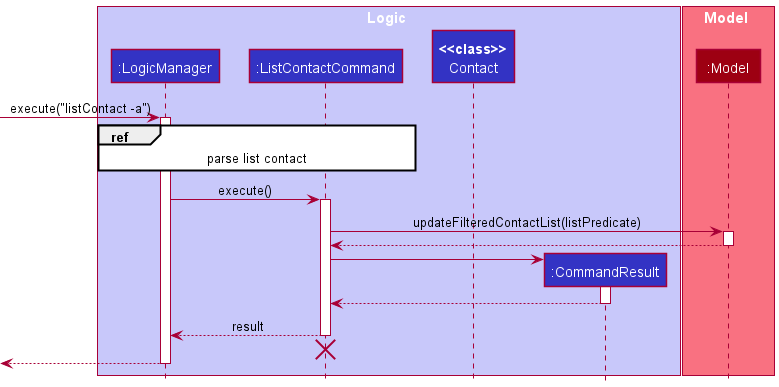
The PlantUML diagram docs/images/contact/ListContactSequenceDiagram.png in ooawagaeri/tp, before a commit. The source it was exported from:
```plantuml
@startuml
!include ../style.puml

box Logic LOGIC_COLOR_T1
participant ":LogicManager" as LogicManager LOGIC_COLOR
participant ":ListContactCommand" as ListContactCommand LOGIC_COLOR
participant "**<<class>>**\nContact" as Contact LOGIC_COLOR
participant ":CommandResult" as CommandResult LOGIC_COLOR
end box

box Model MODEL_COLOR_T1
participant ":Model" as Model MODEL_COLOR
end box

[-> LogicManager : execute("listContact -a")
activate LogicManager

ref over LogicManager, ListContactCommand : parse list contact

LogicManager -> ListContactCommand : execute()

activate ListContactCommand

ListContactCommand -> Model : updateFilteredContactList(listPredicate)
activate Model
Model --> ListContactCommand
deactivate Model

create CommandResult
ListContactCommand -> CommandResult
activate CommandResult

CommandResult --> ListContactCommand
deactivate CommandResult

ListContactCommand --> LogicManager : result
deactivate ListContactCommand

ListContactCommand -[hidden]-> LogicManager
destroy ListContactCommand

[<--LogicManager
deactivate LogicManager
@enduml
```
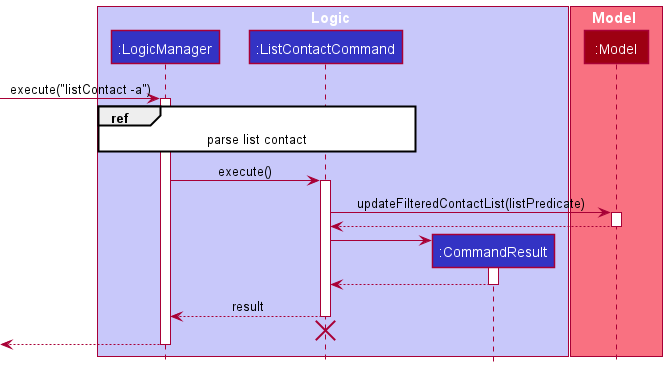
After the change.

Commit message:
Fix diagram unused issues.

The edit, as a diff of the source:
```diff
@@ -4,7 +4,6 @@
 box Logic LOGIC_COLOR_T1
 participant ":LogicManager" as LogicManager LOGIC_COLOR
 participant ":ListContactCommand" as ListContactCommand LOGIC_COLOR
-participant "**<<class>>**\nContact" as Contact LOGIC_COLOR
 participant ":CommandResult" as CommandResult LOGIC_COLOR
 end box
 
```
